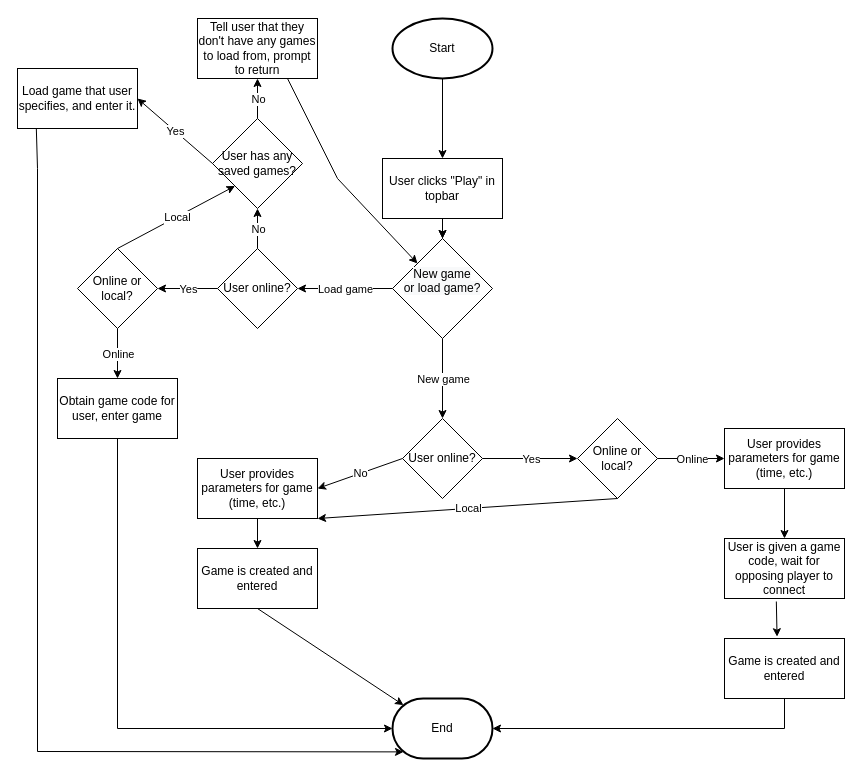
Ultrasonic1209/chess-app-frontend keeps this draw.io diagram as public/nea/GameFlow.drawio. Above is the earlier version. Source tidied: cells renumbered, new cells numbered last; positions are measured from the earlier drawing's top-left corner, leaving out a move shared by most shapes. Both pictures are drawn from the tidied source at 100%, with x=0, y=0 at pixel (17, 18).
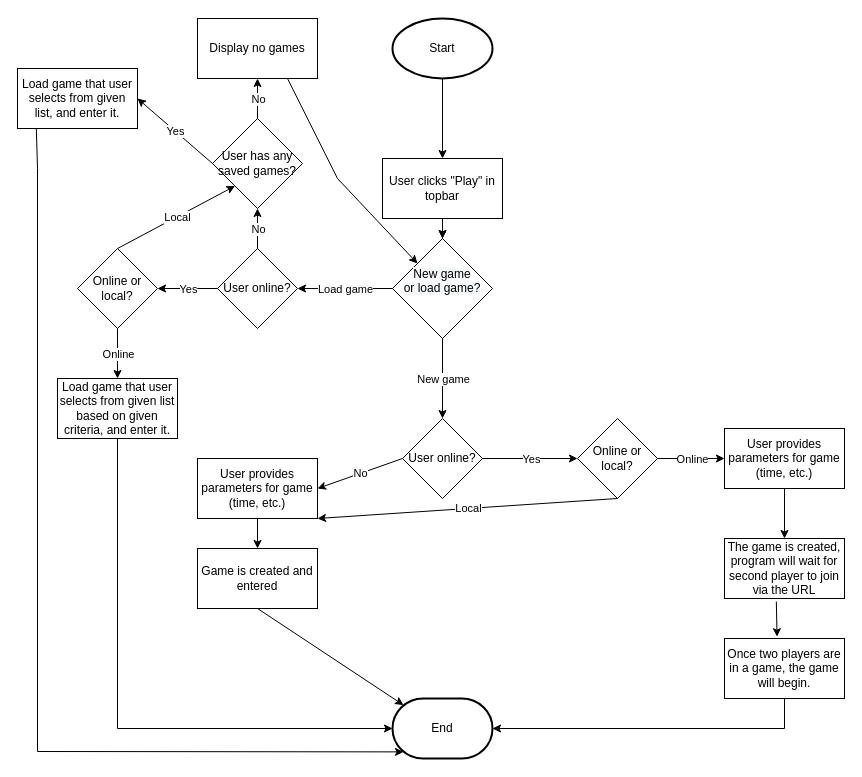
Above is the later version.

Diff of the diagram source:
```diff
@@
-    <mxCell id="17" value="&lt;span style=&quot;&quot;&gt;Tell user that they don't have any games to load from, prompt to return&lt;/span&gt;" style="rounded=0;whiteSpace=wrap;html=1;" parent="1" vertex="1">
+    <mxCell id="17" value="&lt;span&gt;Display no games&lt;/span&gt;" style="rounded=0;whiteSpace=wrap;html=1;" parent="1" vertex="1">
       <mxGeometry x="180" width="120" height="60" as="geometry" />
     </mxCell>
@@
-    <mxCell id="26" value="Obtain game code for user, enter game" style="rounded=0;whiteSpace=wrap;html=1;" parent="1" vertex="1">
+    <mxCell id="26" value="Load game that user selects from given list based on given criteria, and enter it." style="rounded=0;whiteSpace=wrap;html=1;" parent="1" vertex="1">
       <mxGeometry x="40" y="360" width="120" height="60" as="geometry" />
     </mxCell>
@@
-    <mxCell id="44" value="Load game that user specifies, and enter it." style="rounded=0;whiteSpace=wrap;html=1;" parent="1" vertex="1">
+    <mxCell id="44" value="Load game that user selects from given list, and enter it." style="rounded=0;whiteSpace=wrap;html=1;" parent="1" vertex="1">
       <mxGeometry y="50" width="120" height="60" as="geometry" />
     </mxCell>
@@
-    <mxCell id="47" value="User is given a game code, wait for opposing player to connect" style="rounded=0;whiteSpace=wrap;html=1;" parent="1" vertex="1">
+    <mxCell id="47" value="The game is created, program will wait for second player to join via the URL" style="rounded=0;whiteSpace=wrap;html=1;" parent="1" vertex="1">
       <mxGeometry x="707" y="520" width="120" height="60" as="geometry" />
     </mxCell>
@@
-    <mxCell id="49" value="Game is created and entered" style="rounded=0;whiteSpace=wrap;html=1;" parent="1" vertex="1">
+    <mxCell id="49" value="Once two players are in a game, the game will begin." style="rounded=0;whiteSpace=wrap;html=1;" parent="1" vertex="1">
       <mxGeometry x="707" y="620" width="120" height="60" as="geometry" />
     </mxCell>
```
